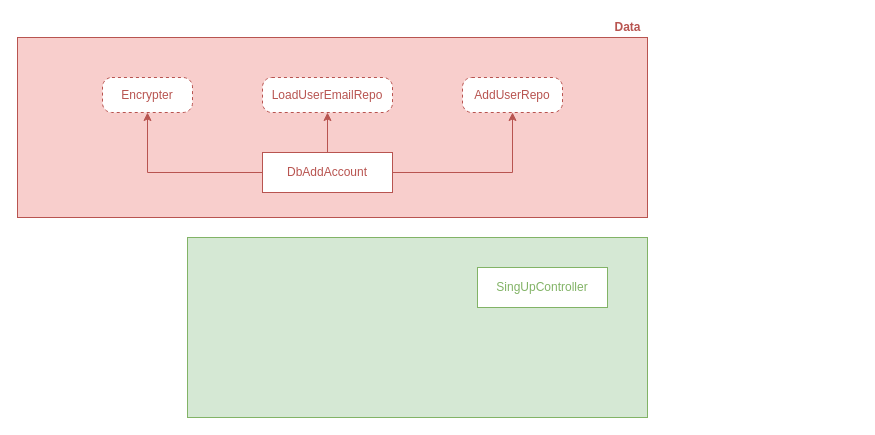
This is Untitled Diagram.drawio from thg021/cleanArchitecture, a draw.io file, before an edit. Source tidied: cells renumbered, new cells numbered last; positions are measured from the earlier drawing's top-left corner, leaving out a move shared by most shapes. Both pictures are drawn from the tidied source at 100%, with x=0, y=0 at pixel (17, 17).
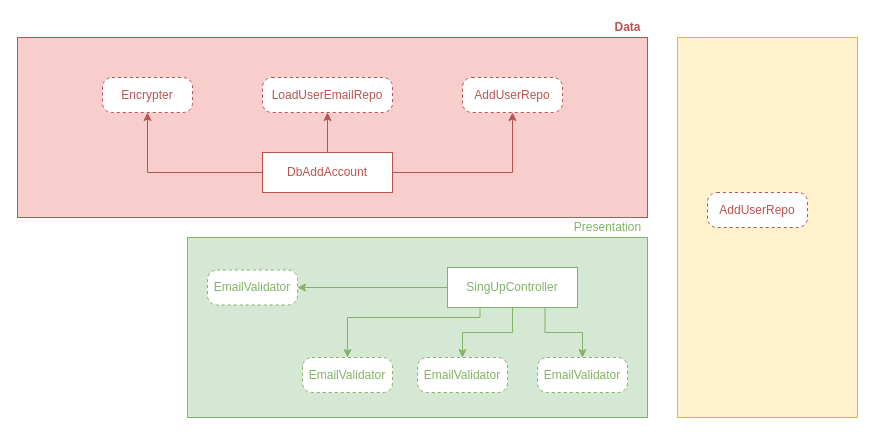
Above is the later version.

Commit message:
Update camada domain

What changed in the source:
```diff
@@
+    <mxCell id="13" style="edgeStyle=orthogonalEdgeStyle;rounded=0;jettySize=auto;html=1;fontColor=#82B366;strokeColor=#82B366;" parent="1" edge="1" source="12" target="17">
+      <mxGeometry relative="1" as="geometry" />
+    </mxCell>
+    <mxCell id="14" style="edgeStyle=orthogonalEdgeStyle;rounded=0;jettySize=auto;html=1;fontColor=#82B366;strokeColor=#82B366;exitX=0.75;exitY=1;exitDx=0;exitDy=0;" parent="1" edge="1" source="12" target="18">
+      <mxGeometry relative="1" as="geometry" />
+    </mxCell>
+    <mxCell id="15" style="edgeStyle=orthogonalEdgeStyle;rounded=0;jettySize=auto;html=1;exitX=0.5;exitY=1;exitDx=0;exitDy=0;fontColor=#82B366;strokeColor=#82B366;" parent="1" edge="1" source="12" target="19">
+      <mxGeometry relative="1" as="geometry" />
+    </mxCell>
+    <mxCell id="16" style="edgeStyle=orthogonalEdgeStyle;rounded=0;jettySize=auto;html=1;exitX=0.25;exitY=1;exitDx=0;exitDy=0;fontColor=#82B366;strokeColor=#82B366;entryX=0.5;entryY=0;entryDx=0;entryDy=0;" parent="1" edge="1" source="12" target="20">
+      <mxGeometry relative="1" as="geometry">
+        <Array as="points">
+          <mxPoint x="463" y="300" />
+          <mxPoint x="330" y="300" />
+        </Array>
+      </mxGeometry>
+    </mxCell>
-    <mxCell id="12" value="SingUpController" style="rounded=0;whiteSpace=wrap;html=1;strokeColor=#82B366;fontColor=#82B366;" parent="1" vertex="1">
-      <mxGeometry x="460" y="250" width="130" height="40" as="geometry" />
+    <mxCell id="12" value="SingUpController" style="rounded=0;whiteSpace=wrap;html=1;fontColor=#82B366;strokeColor=#82B366;" parent="1" vertex="1">
+      <mxGeometry x="430" y="250" width="130" height="40" as="geometry" />
     </mxCell>
+    <mxCell id="17" value="EmailValidator" style="rounded=1;whiteSpace=wrap;html=1;dashed=1;arcSize=27;labelBackgroundColor=none;fontColor=#82B366;strokeColor=#82B366;" parent="1" vertex="1">
+      <mxGeometry x="190" y="252.5" width="90" height="35" as="geometry" />
+    </mxCell>
+    <mxCell id="18" value="EmailValidator" style="rounded=1;whiteSpace=wrap;html=1;dashed=1;arcSize=27;labelBackgroundColor=none;fontColor=#82B366;strokeColor=#82B366;" parent="1" vertex="1">
+      <mxGeometry x="520" y="340" width="90" height="35" as="geometry" />
+    </mxCell>
+    <mxCell id="19" value="EmailValidator" style="rounded=1;whiteSpace=wrap;html=1;dashed=1;arcSize=27;labelBackgroundColor=none;fontColor=#82B366;strokeColor=#82B366;" parent="1" vertex="1">
+      <mxGeometry x="400" y="340" width="90" height="35" as="geometry" />
+    </mxCell>
+    <mxCell id="20" value="EmailValidator" style="rounded=1;whiteSpace=wrap;html=1;dashed=1;arcSize=27;labelBackgroundColor=none;fontColor=#82B366;strokeColor=#82B366;" parent="1" vertex="1">
+      <mxGeometry x="285" y="340" width="90" height="35" as="geometry" />
+    </mxCell>
+    <mxCell id="21" style="rounded=0;whiteSpace=wrap;html=1;fillColor=#fff2cc;strokeColor=#d6b656;" parent="1" vertex="1">
+      <mxGeometry x="660" y="20" width="180" height="380" as="geometry" />
+    </mxCell>
+    <mxCell id="22" value="Presentation" style="text;html=1;align=center;verticalAlign=middle;fontColor=#82B366;" parent="1" vertex="1">
+      <mxGeometry x="550" y="200" width="80" height="20" as="geometry" />
+    </mxCell>
+    <mxCell id="23" value="AddUserRepo" style="rounded=1;whiteSpace=wrap;html=1;dashed=1;arcSize=27;fontColor=#B85450;strokeColor=#B85450;" parent="1" vertex="1">
+      <mxGeometry x="690" y="175" width="100" height="35" as="geometry" />
+    </mxCell>
```
